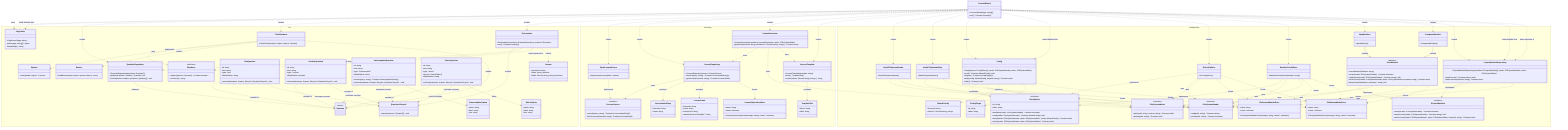
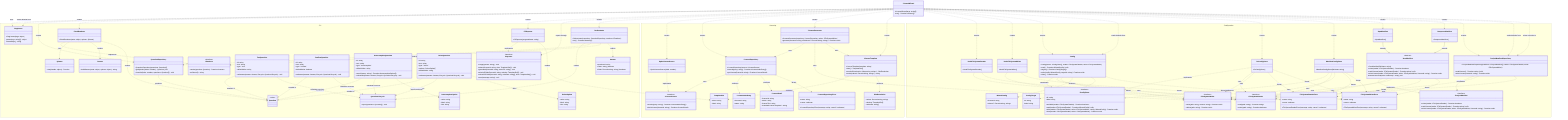
classDiagram
  direction TB

  class LicenseWizard {
    +LicenseWizard(args: string[])
    +run() Promise~Answer[]~
  }

  namespace CLI {
    class FlagParser {
      +FlagParser(flags: object)
      +parse(args: string[]) object
      +formatHelp() string
    }

    class Orchestrator {
      +Orchestrator(repository: QuestionRepository, renderer: IRenderer)
      +run() Promise~Answer[]~
    }

    class IRenderer {
      <<interface>>
      +render(question: Question) Promise~Answer~
      +onCancel() string
    }

    class ClackRenderer {
      +ClackRenderer(meta: object, spinner: Spinner)
    }

+     class IReporter {
+       <<interface>>
+       +usage(options: string) void
+       +tokens(licenseId: string, slots: TemplateSlot[]) void
+       +generated(licenseId: string, savedTo: string) void
+       +missingFields(licenseId: string, missing: TemplateSlot[]) void
+       +unknownFields(licenseId: string, unknown: string[], slots: TemplateSlot[]) void
+       +error(message: string) void
+     }
+ 
+     class CliReporter {
+       +CliReporter(programName: string)
+     }
+ 
    class Banner {
      +buildBanner(meta: object, options: object) string
    }

    class Spinner {
      +start(handle: object) Function
    }

    class QuestionRepository {
      +QuestionRepository(questions: Question[])
      +getByIndex(index: number) Question | null
      +insertAt(index: number, questions: Question[]) void
    }

    class QuestionLifecycle {
      +inject(questions: Question[]) void
    }

    class Question {
      <<union>>
    }

    class TextQuestion {
      +id: string
      +text: string
      +type: "text"
      +defaultValue: string
      +onAnswer(answer: Answer, lifecycle: QuestionLifecycle) void
    }

    class ConfirmQuestion {
      +id: string
      +text: string
      +type: "confirm"
      +defaultValue: boolean
      +onAnswer(answer: Answer, lifecycle: QuestionLifecycle) void
    }

    class AutocompleteQuestion {
      +id: string
      +text: string
      +type: "autocomplete"
      +defaultValue: string
      +search(query: string) Promise~AutocompleteOption[]~
      +onAnswer(answer: Answer, lifecycle: QuestionLifecycle) void
    }

    class AutocompleteOption {
      +value: string
      +label: string
      +hint: string
    }

    class SelectQuestion {
      +id: string
      +text: string
      +type: "select"
      +options: SelectOption[]
      +defaultValue: string
      +onAnswer(answer: Answer, lifecycle: QuestionLifecycle) void
    }

    class SelectOption {
      +value: string
      +label: string
      +hint: string
    }

    class Answer {
      +questionId: string
      +value: string | boolean
      +fields: Record~string, string | boolean~
    }
  }

  namespace Licensing {
    class LicenseRepository {
      +LicenseRepository(source: ILicenseSource)
      +search(query: string) Promise~LicenseIndexEntry[]~
      +getLicense(licenseId: string) Promise~LicenseDetail~
    }

    class LicenseRepositoryError {
      +name: string
      +cause: unknown
      +LicenseRepositoryError(message: string, cause?: unknown)
    }

    class ILicenseSource {
      <<interface>>
      +search(query: string) Promise~LicenseIndexEntry[]~
      +fetchLicense(licenseId: string) Promise~LicenseDetail~
    }

    class SpdxLicenseSource {
      +SpdxLicenseSource(ttlMs: number)
    }

    class LicenseIndexEntry {
      +licenseId: string
      +name: string
    }

    class LicenseDetail {
      +licenseId: string
      +name: string
      +licenseText: string
      +standardLicenseTemplate?: string
    }

    class LicenseTemplate {
      +LicenseTemplate(template: string)
      +slots() TemplateSlot[]
+       +resolveSlots(entries: Map~string, string~) SlotResolution
      +render(values: Record~string, string~) string
    }

    class TemplateSlot {
      +token: string
      +label: string
+     }
+ 
+     class SlotResolution {
+       +values: Record~string, string~
+       +missing: TemplateSlot[]
+       +unknown: string[]
    }

    class LicenseGenerator {
      +LicenseGenerator(repository: LicenseRepository, writer: IFileSystemWriter)
      +generate(licenseId: string, slotValues?: Record~string, string~) Promise~void~
    }
  }

  namespace Configuration {
    class IFileSystemReader {
      <<interface>>
      +read(path: string) Promise~string~
      +exists(path: string) Promise~boolean~
    }

    class IFileSystemWriter {
      <<interface>>
      +write(path: string, content: string) Promise~void~
      +delete(path: string) Promise~void~
    }

    class NodeFileSystemReader {
      +NodeFileSystemReader()
    }

    class NodeFileSystemWriter {
      +NodeFileSystemWriter()
    }

    class FileSystemReaderError {
      +name: string
      +cause: unknown
      +FileSystemReaderError(message: string, cause?: unknown)
    }

    class FileSystemWriterError {
      +name: string
      +cause: unknown
      +FileSystemWriterError(message: string, cause?: unknown)
    }

    class WizardConfig {
      +licenseId: string
      +tokens?: Record~string, string~
    }

    class ConfigTarget {
      +id: string
      +label: string
    }

    class IConfigStore {
      <<interface>>
      +id: string
      +label: string
      +available(reader: IFileSystemReader) Promise~boolean~
      +read(reader: IFileSystemReader) Promise~WizardConfig | null~
      +write(reader: IFileSystemReader, writer: IFileSystemWriter, config: WizardConfig) Promise~void~
      +clear(reader: IFileSystemReader, writer: IFileSystemWriter) Promise~void~
    }

    class RcConfigStore {
      +RcConfigStore()
    }

    class ManifestConfigStore {
      +ManifestConfigStore(fileName: string)
    }

    class Config {
      +Config(stores: IConfigStore[], reader: IFileSystemReader, writer: IFileSystemWriter)
      +read() Promise~WizardConfig | null~
      +targets() Promise~ConfigTarget[]~
      +write(config: WizardConfig, targetId: string) Promise~void~
      +clear() Promise~void~
    }

    class IProjectManifest {
      <<interface>>
      +exists(reader: IFileSystemReader) Promise~boolean~
      +readLicense(reader: IFileSystemReader) Promise~string | null~
      +writeLicense(reader: IFileSystemReader, writer: IFileSystemWriter, licenseId: string) Promise~void~
    }

    class JsonManifest {
      <<abstract>>
      +JsonManifest(fileName: string)
      +exists(reader: IFileSystemReader) Promise~boolean~
      +readLicense(reader: IFileSystemReader) Promise~string | null~
      +writeLicense(reader: IFileSystemReader, writer: IFileSystemWriter, licenseId: string) Promise~void~
      #extractLicenseId(value: unknown)* string | null
    }

    class NpmManifest {
      +NpmManifest()
    }

    class ComposerManifest {
      +ComposerManifest()
    }

    class ProjectManifestRepository {
      +ProjectManifestRepository(manifests: IProjectManifest[], reader: IFileSystemReader, writer: IFileSystemWriter)
      +readLicense() Promise~string | null~
      +writeLicense(licenseId: string) Promise~void~
    }
  }

  TextQuestion ..|> Question : member of
  ConfirmQuestion ..|> Question : member of
  AutocompleteQuestion ..|> Question : member of
  SelectQuestion ..|> Question : member of
  TextQuestion ..> QuestionLifecycle : onAnswer receives
  ConfirmQuestion ..> QuestionLifecycle : onAnswer receives
  AutocompleteQuestion ..> QuestionLifecycle : onAnswer receives
  SelectQuestion ..> QuestionLifecycle : onAnswer receives
  SelectQuestion ..> SelectOption : offers
  Orchestrator ..> QuestionLifecycle : creates
  ClackRenderer ..|> IRenderer : implements
  ClackRenderer ..> Spinner : uses
  ClackRenderer ..> Banner : renders
+   CliReporter ..|> IReporter : implements
+   CliReporter ..> TemplateSlot : renders
  LicenseWizard ..> FlagParser : uses
  LicenseWizard ..> FlagParser : reads defaults from
  LicenseWizard ..> QuestionRepository : creates
  LicenseWizard ..> ClackRenderer : creates
+   LicenseWizard ..> CliReporter : creates
+   LicenseWizard ..> IReporter : reports through
  LicenseWizard ..> Orchestrator : creates
  LicenseWizard ..> SpdxLicenseSource : creates
  LicenseWizard ..> LicenseRepository : creates
  LicenseWizard ..> LicenseGenerator : creates
  Orchestrator ..> QuestionRepository : gets questions from
  Orchestrator ..> IRenderer : feeds questions to
  ClackRenderer ..> Question : renders
  QuestionRepository ..> Question : produces
  AutocompleteQuestion ..> AutocompleteOption : search produces
  Orchestrator ..> Answer : collects
  SpdxLicenseSource ..|> ILicenseSource : implements
  LicenseRepository ..> ILicenseSource : uses
  LicenseRepository ..> LicenseIndexEntry : produces
  LicenseRepository ..> LicenseDetail : produces
  LicenseRepository ..> LicenseRepositoryError : throws
  LicenseGenerator ..> LicenseRepository : uses
  LicenseGenerator ..> IFileSystemWriter : uses
  LicenseGenerator ..> LicenseTemplate : uses
  LicenseTemplate ..> TemplateSlot : produces
+   LicenseTemplate ..> SlotResolution : produces
  LicenseWizard ..> LicenseTemplate : creates
  NodeFileSystemReader ..|> IFileSystemReader : implements
  NodeFileSystemWriter ..|> IFileSystemWriter : implements
  NodeFileSystemReader ..> FileSystemReaderError : throws
  NodeFileSystemWriter ..> FileSystemWriterError : throws
  Config ..> IConfigStore : coordinates
  Config ..> IFileSystemReader : uses
  Config ..> IFileSystemWriter : uses
  Config ..> WizardConfig : produces
  Config ..> ConfigTarget : produces
  Config ..> FileSystemWriterError : throws
  RcConfigStore ..|> IConfigStore : implements
  ManifestConfigStore ..|> IConfigStore : implements
  RcConfigStore ..> IFileSystemReader : uses
  RcConfigStore ..> IFileSystemWriter : uses
  RcConfigStore ..> FileSystemReaderError : throws
  RcConfigStore ..> FileSystemWriterError : throws
  ManifestConfigStore ..> IFileSystemReader : uses
  ManifestConfigStore ..> IFileSystemWriter : uses
  ManifestConfigStore ..> FileSystemReaderError : throws
  ManifestConfigStore ..> FileSystemWriterError : throws
  JsonManifest ..|> IProjectManifest : implements
  NpmManifest --|> JsonManifest : extends
  ComposerManifest --|> JsonManifest : extends
  JsonManifest ..> IFileSystemReader : uses
  JsonManifest ..> IFileSystemWriter : uses
  JsonManifest ..> FileSystemReaderError : throws
  JsonManifest ..> FileSystemWriterError : throws
  ProjectManifestRepository ..> IProjectManifest : coordinates
  ProjectManifestRepository ..> IFileSystemReader : uses
  ProjectManifestRepository ..> IFileSystemWriter : uses
  LicenseWizard ..> NodeFileSystemReader : creates
  LicenseWizard ..> NodeFileSystemWriter : creates
  LicenseWizard ..> Config : creates
  LicenseWizard ..> Config : reads defaults from
  LicenseWizard ..> RcConfigStore : creates
  LicenseWizard ..> ManifestConfigStore : creates
  LicenseWizard ..> NpmManifest : creates
  LicenseWizard ..> ComposerManifest : creates
  LicenseWizard ..> ProjectManifestRepository : creates
  LicenseWizard ..> ProjectManifestRepository : reads defaults from
  LicenseWizard ..> ProjectManifestRepository : writes selection to
